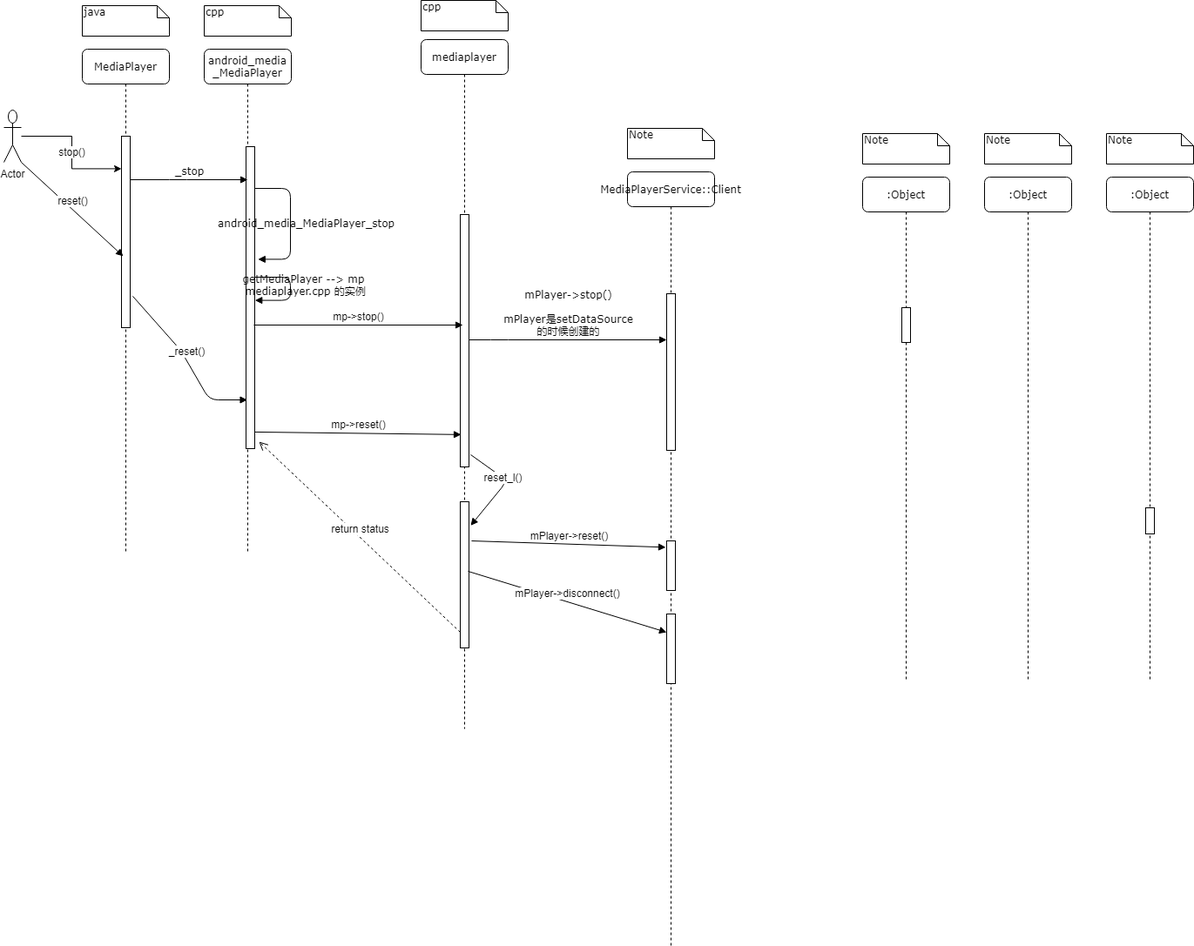
The draw.io diagram android/player退出.png in yaodewei/Diagram, before a commit. Source tidied: cells renumbered, new cells last; positions are measured from the earlier drawing's top-left corner, leaving out a move shared by most shapes.
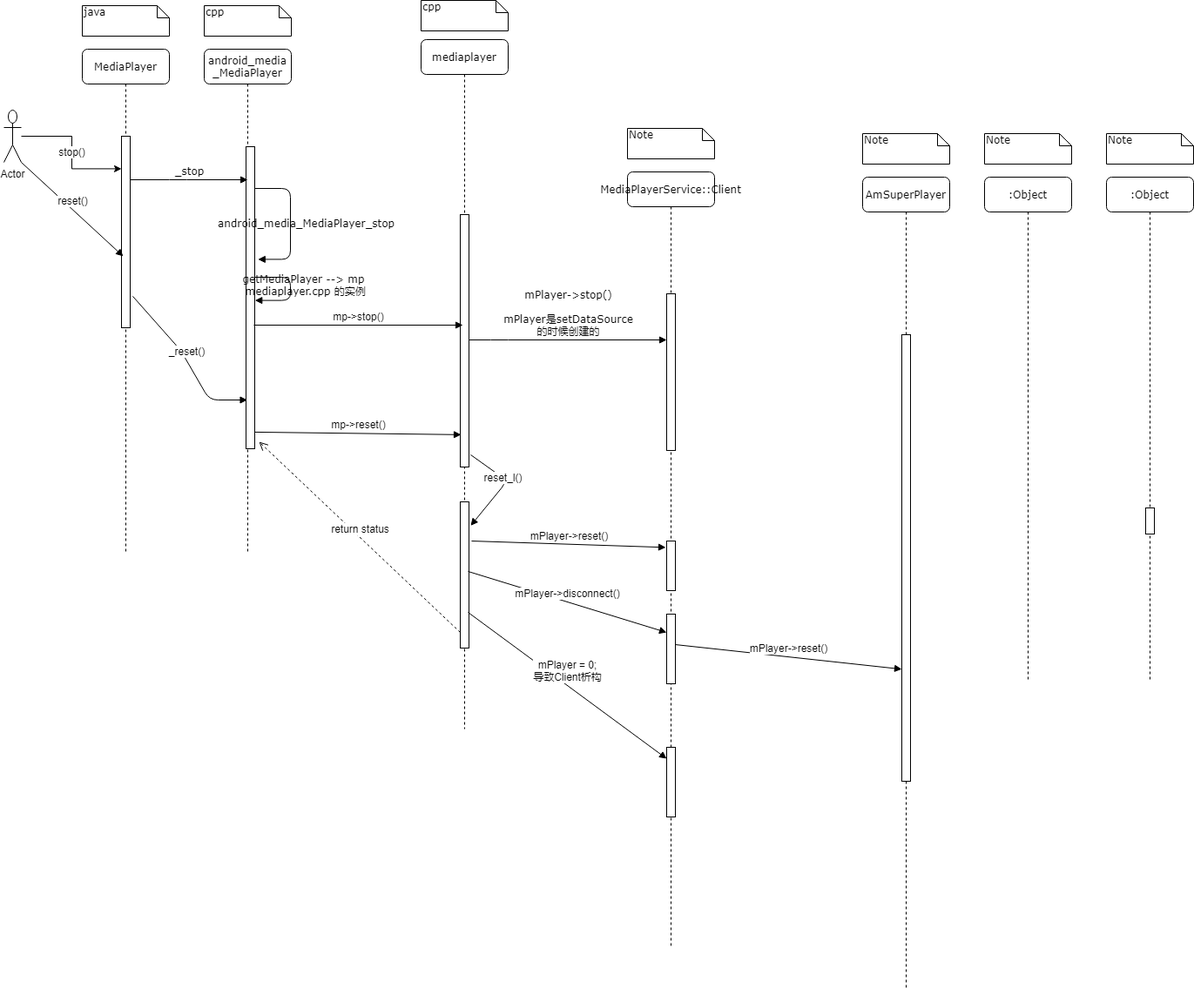
The same file after the commit.

The edit, as a diff of the source:
```diff
@@ -47,8 +47,11 @@
     <mxCell id="10" style="html=1;points=[];perimeter=orthogonalPerimeter;" parent="9" vertex="1">
       <mxGeometry x="45" y="508" width="10" height="80" as="geometry" />
     </mxCell>
+    <mxCell id="39" style="html=1;perimeter=orthogonalPerimeter;" parent="9" vertex="1">
+      <mxGeometry x="45" y="661" width="10" height="80" as="geometry" />
+    </mxCell>
-    <mxCell id="11" value=":Object" style="shape=umlLifeline;perimeter=lifelinePerimeter;whiteSpace=wrap;html=1;rounded=1;shadow=0;comic=0;labelBackgroundColor=none;strokeWidth=1;fontFamily=Verdana;fontSize=12;align=center;" parent="1" vertex="1">
-      <mxGeometry x="986" y="203" width="100" height="580" as="geometry" />
+    <mxCell id="11" value="AmSuperPlayer" style="shape=umlLifeline;perimeter=lifelinePerimeter;whiteSpace=wrap;html=1;rounded=1;shadow=0;comic=0;labelBackgroundColor=none;strokeWidth=1;fontFamily=Verdana;fontSize=12;align=center;" parent="1" vertex="1">
+      <mxGeometry x="986" y="203" width="100" height="931" as="geometry" />
     </mxCell>
     <mxCell id="12" value=":Object" style="shape=umlLifeline;perimeter=lifelinePerimeter;whiteSpace=wrap;html=1;rounded=1;shadow=0;comic=0;labelBackgroundColor=none;strokeWidth=1;fontFamily=Verdana;fontSize=12;align=center;" parent="1" vertex="1">
       <mxGeometry x="1126" y="203" width="100" height="580" as="geometry" />
@@ -75,7 +78,7 @@
       </mxGeometry>
     </mxCell>
     <mxCell id="18" style="html=1;points=[];perimeter=orthogonalPerimeter;rounded=0;shadow=0;comic=0;labelBackgroundColor=none;strokeWidth=1;fontFamily=Verdana;fontSize=12;align=center;" parent="1" vertex="1">
-      <mxGeometry x="1031" y="353" width="10" height="40" as="geometry" />
+      <mxGeometry x="1031" y="384" width="10" height="513" as="geometry" />
     </mxCell>
     <mxCell id="19" style="html=1;points=[];perimeter=orthogonalPerimeter;rounded=0;shadow=0;comic=0;labelBackgroundColor=none;strokeWidth=1;fontFamily=Verdana;fontSize=12;align=center;" parent="1" vertex="1">
       <mxGeometry x="761" y="621" width="10" height="57" as="geometry" />
@@ -162,5 +165,14 @@
     <mxCell id="38" value="mPlayer-&gt;disconnect()" style="html=1;verticalAlign=bottom;endArrow=block;exitX=0.9;exitY=0.476;exitDx=0;exitDy=0;exitPerimeter=0;entryX=0;entryY=0.263;entryDx=0;entryDy=0;entryPerimeter=0;" parent="1" edge="1" source="8" target="10">
       <mxGeometry relative="1" as="geometry" />
     </mxCell>
+    <mxCell id="40" value="mPlayer-&amp;gt;reset()" style="html=1;verticalAlign=bottom;endArrow=block;exitX=1;exitY=0.438;exitDx=0;exitDy=0;exitPerimeter=0;entryX=0;entryY=0.749;entryDx=0;entryDy=0;entryPerimeter=0;" parent="1" edge="1" source="10" target="18">
+      <mxGeometry relative="1" as="geometry" />
+    </mxCell>
+    <mxCell id="41" value="mPlayer = 0;&lt;br&gt;导致Client析构" style="html=1;verticalAlign=bottom;endArrow=block;exitX=0.9;exitY=0.756;exitDx=0;exitDy=0;exitPerimeter=0;entryX=0;entryY=0.163;entryDx=0;entryDy=0;entryPerimeter=0;" parent="1" edge="1">
+      <mxGeometry relative="1" as="geometry">
+        <mxPoint x="533" y="703" as="sourcePoint" />
+        <mxPoint x="761" y="871" as="targetPoint" />
+      </mxGeometry>
+    </mxCell>
   </root>
 </mxGraphModel>
```
